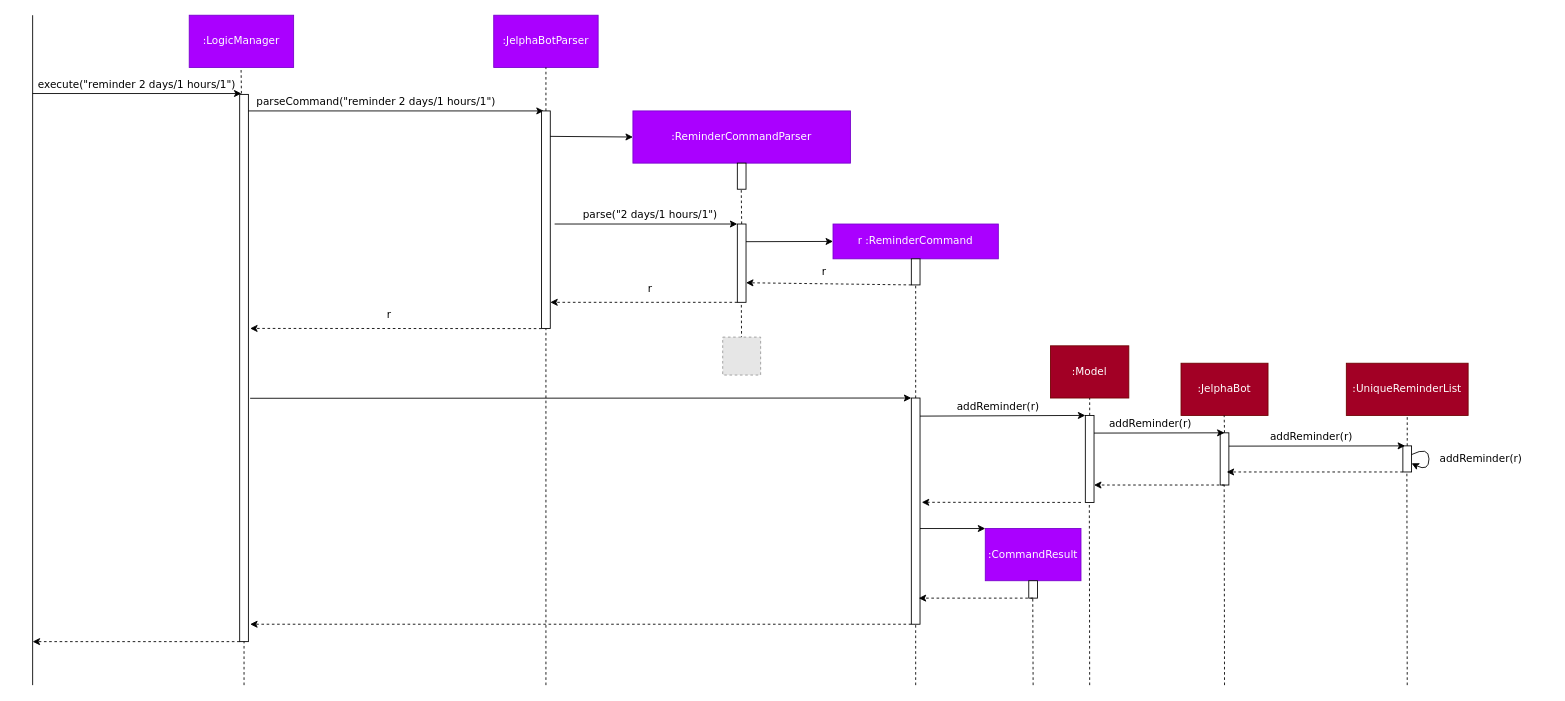
This is docs/diagrams/AddReminderSequenceDiagram.drawio from yapdianhao/main, a draw.io file, before an edit. Source tidied: cells renumbered, new cells numbered last; positions are measured from the earlier drawing's top-left corner, leaving out a move shared by most shapes. Both pictures are drawn from the tidied source at 87%, with x=0, y=0 at pixel (15, 15). Pictures stored in the file or linked from it are replaced by grey dashed boxes.
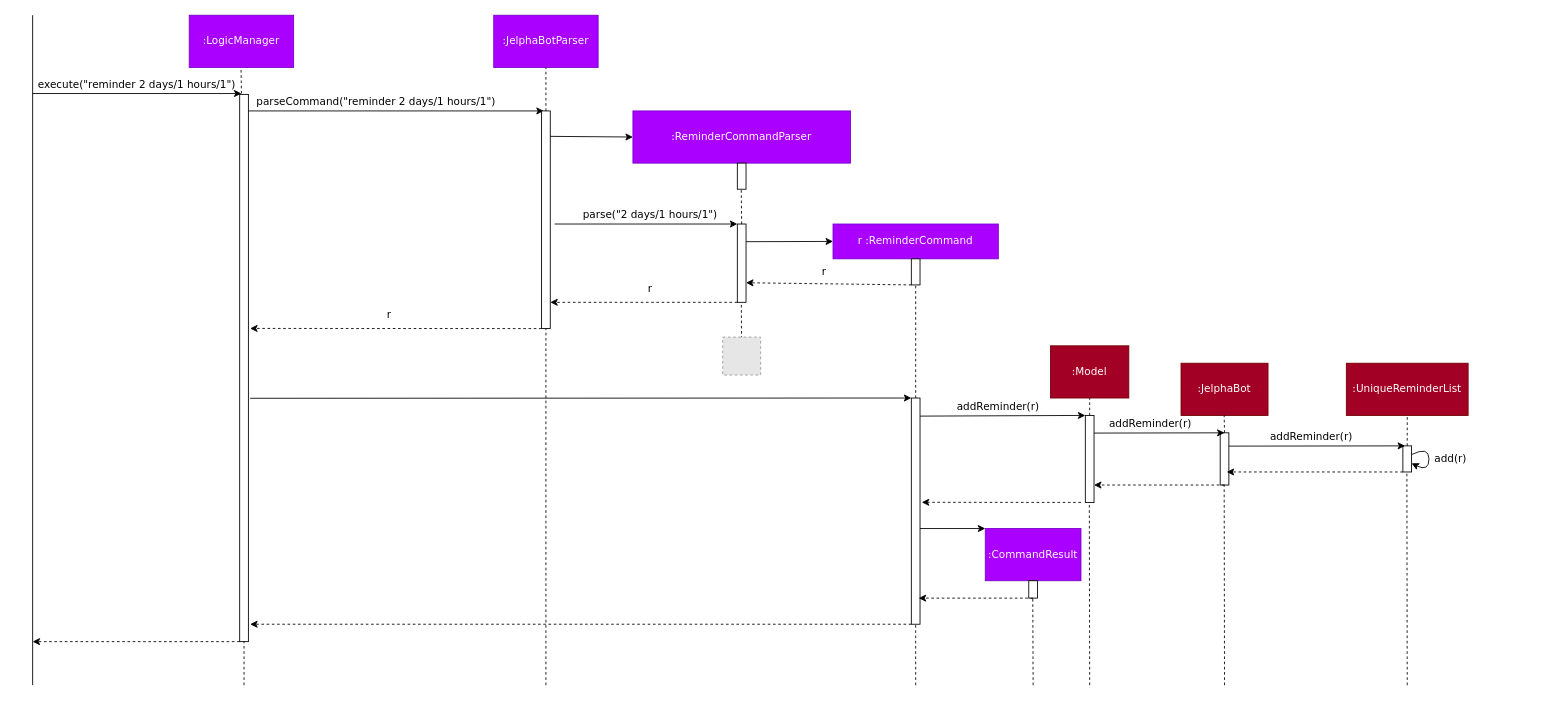
The same page after the edit.

The edit, as a diff of the source:
```diff
@@
-    <mxCell id="54" value="addReminder(r)" style="text;html=1;strokeColor=none;fillColor=none;align=center;verticalAlign=middle;whiteSpace=wrap;rounded=0;fontFamily=Verdana;" parent="1" vertex="1">
-      <mxGeometry x="1605" y="500" width="160" height="20" as="geometry" />
+    <mxCell id="54" value="add(r)" style="text;html=1;strokeColor=none;fillColor=none;align=center;verticalAlign=middle;whiteSpace=wrap;rounded=0;fontFamily=Verdana;" parent="1" vertex="1">
+      <mxGeometry x="1570" y="500" width="160" height="20" as="geometry" />
     </mxCell>
```
